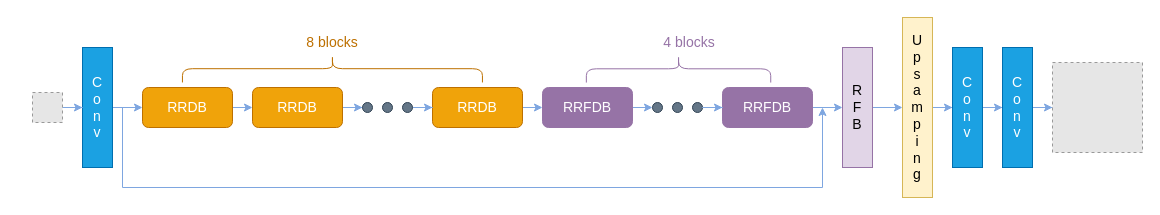
The draw.io diagram RS-ESRGAN-generator.drawio in zhaoyangkun/draw.io, before the edit. Source tidied: cells renumbered, new cells numbered last; positions are measured from the earlier drawing's top-left corner, leaving out a move shared by most shapes. Both pictures are drawn from the tidied source at 100%, with x=0, y=0 at pixel (32, -82). Pictures stored in the file or linked from it are replaced by grey dashed boxes.
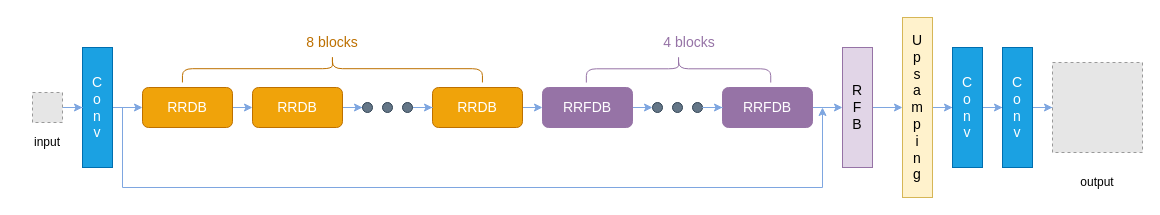
After the change.

Diff of the diagram source:
```diff
@@
+    <mxCell id="40" value="input" style="text;html=1;strokeColor=none;fillColor=none;align=center;verticalAlign=middle;whiteSpace=wrap;rounded=0;" parent="1" vertex="1">
+      <mxGeometry x="-15" y="209" width="60" height="30" as="geometry" />
+    </mxCell>
+    <mxCell id="41" value="output" style="text;html=1;strokeColor=none;fillColor=none;align=center;verticalAlign=middle;whiteSpace=wrap;rounded=0;" parent="1" vertex="1">
+      <mxGeometry x="1035" y="249" width="60" height="30" as="geometry" />
+    </mxCell>
```
